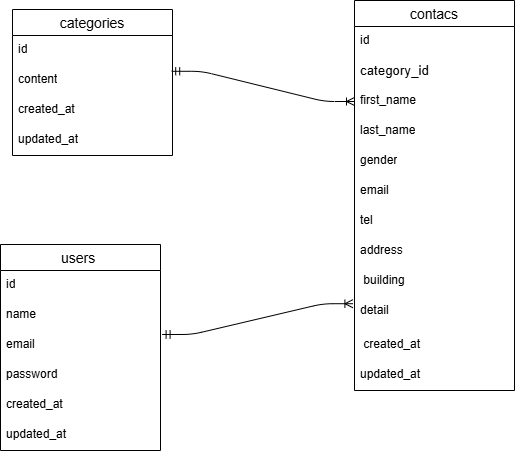
The draw.io diagram fashionablylate.drawio.png in yuki8293/FashionablyLate, before a commit. Source tidied: cells renumbered, new cells last; positions are measured from the earlier drawing's top-left corner, leaving out a move shared by most shapes.
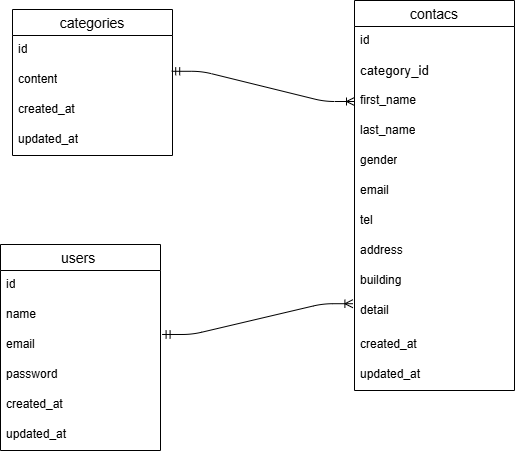
The same diagram one commit later.

Diff of the diagram source:
```diff
@@ -44,13 +44,13 @@
     <mxCell id="15" value="address" style="text;strokeColor=none;fillColor=none;spacingLeft=4;spacingRight=4;overflow=hidden;fontSize=12;whiteSpace=wrap;html=1;" parent="7" vertex="1">
       <mxGeometry y="236" width="160" height="30" as="geometry" />
     </mxCell>
-    <mxCell id="16" value="&amp;nbsp;building" style="text;strokeColor=none;fillColor=none;spacingLeft=4;spacingRight=4;overflow=hidden;fontSize=12;whiteSpace=wrap;html=1;" parent="7" vertex="1">
+    <mxCell id="16" value="building" style="text;strokeColor=none;fillColor=none;spacingLeft=4;spacingRight=4;overflow=hidden;fontSize=12;whiteSpace=wrap;html=1;" parent="7" vertex="1">
       <mxGeometry y="266" width="160" height="30" as="geometry" />
     </mxCell>
     <mxCell id="17" value="detail&amp;nbsp;&amp;nbsp;" style="text;strokeColor=none;fillColor=none;spacingLeft=4;spacingRight=4;overflow=hidden;points=[[0,0.5],[1,0.5]];portConstraint=eastwest;fontSize=12;whiteSpace=wrap;html=1;" parent="7" vertex="1">
       <mxGeometry y="296" width="160" height="34" as="geometry" />
     </mxCell>
-    <mxCell id="18" value="&amp;nbsp;created_at&amp;nbsp;" style="text;strokeColor=none;fillColor=none;spacingLeft=4;spacingRight=4;overflow=hidden;fontSize=12;whiteSpace=wrap;html=1;" parent="7" vertex="1">
+    <mxCell id="18" value="created_at&amp;nbsp;" style="text;strokeColor=none;fillColor=none;spacingLeft=4;spacingRight=4;overflow=hidden;fontSize=12;whiteSpace=wrap;html=1;" parent="7" vertex="1">
       <mxGeometry y="330" width="160" height="30" as="geometry" />
     </mxCell>
     <mxCell id="19" value="&lt;span style=&quot;color: rgb(0, 0, 0);&quot;&gt;updated_at&amp;nbsp;&lt;/span&gt;" style="text;strokeColor=none;fillColor=none;spacingLeft=4;spacingRight=4;overflow=hidden;fontSize=12;whiteSpace=wrap;html=1;" parent="7" vertex="1">
```
